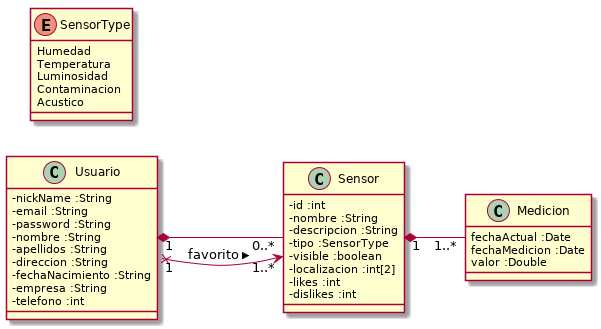
Canario0/SSW keeps this PlantUML diagram as Diagramas/Modelo del Dominio/ModeloDominio.png. Above is the earlier version.
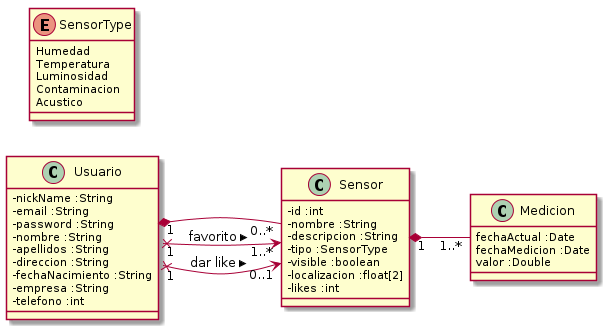
Above is the later version.

Change to the diagram source:
```diff
@@ -21,9 +21,8 @@
     - descripcion :String
     - tipo :SensorType
     - visible :boolean
-    - localizacion :int[2]
+    - localizacion :float[2]
     - likes :int
-    - dislikes :int
 }
 
 class Medicion{
@@ -43,4 +42,5 @@
 Usuario "1" *-- "0..*" Sensor
 Sensor "1" *-- "1..*" Medicion
 Usuario "1" x--> "1..*" Sensor : favorito >
+Usuario "1" x--> "0..1" Sensor : dar like >
 @enduml
```
